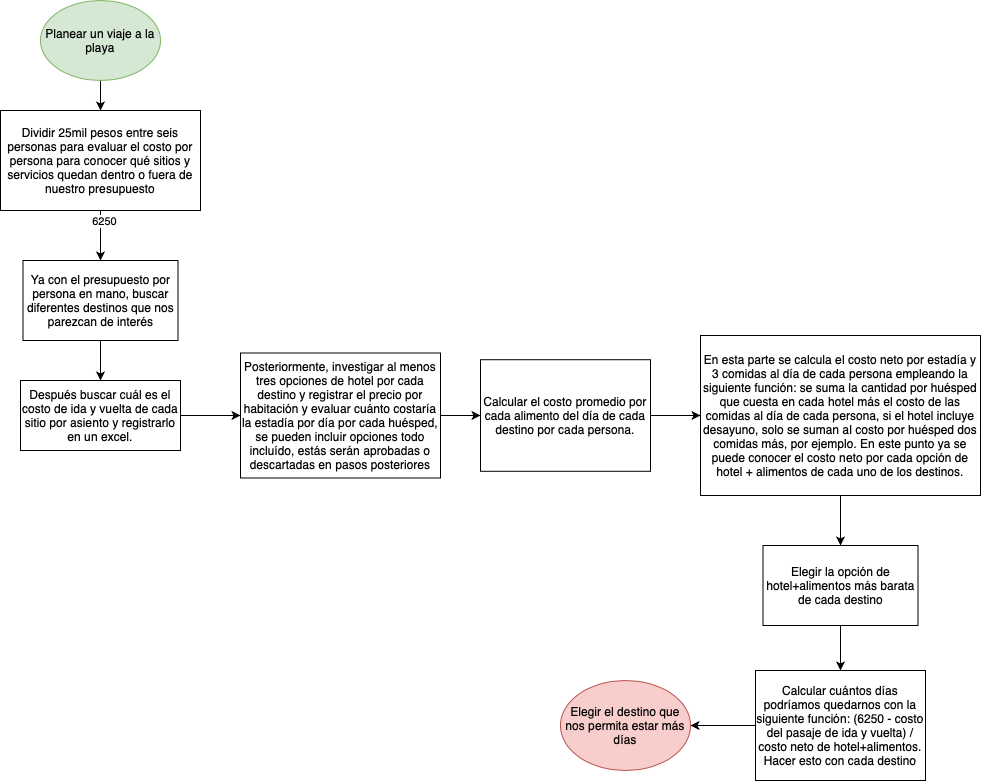
This is travelBeach.png from missphoneme/ejercicios-kodemia, a draw.io export, as it was before one commit. Source tidied: cells renumbered, new cells last; positions are measured from the earlier drawing's top-left corner, leaving out a move shared by most shapes.
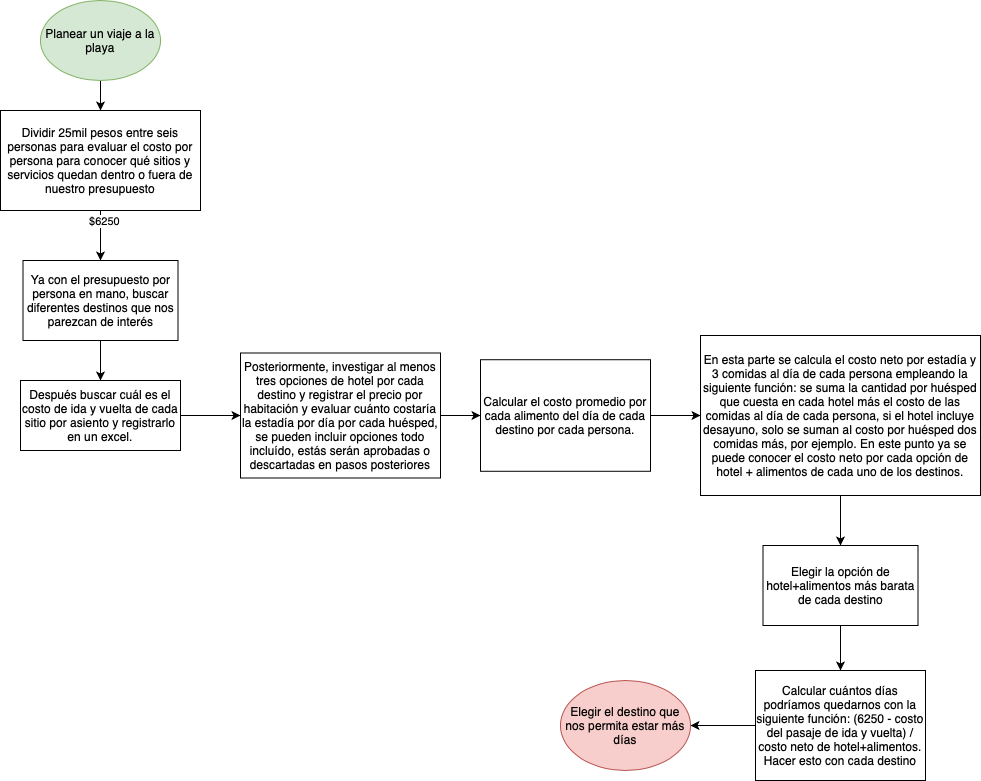
Above is the later version.

The edit, as a diff of the source:
```diff
@@ -11,7 +11,7 @@
     <mxCell id="4" style="edgeStyle=orthogonalEdgeStyle;rounded=0;jettySize=auto;html=1;" parent="1" edge="1" source="6" target="8">
       <mxGeometry relative="1" as="geometry" />
     </mxCell>
-    <mxCell id="5" value="6250" style="edgeLabel;html=1;align=center;verticalAlign=middle;" parent="4" vertex="1">
+    <mxCell id="5" value="$6250" style="edgeLabel;html=1;align=center;verticalAlign=middle;" parent="4" vertex="1">
       <mxGeometry x="-0.6" y="3" relative="1" as="geometry" />
     </mxCell>
     <mxCell id="6" value="Dividir 25mil pesos entre seis personas para evaluar el costo por persona para conocer qué sitios y servicios quedan dentro o fuera de nuestro presupuesto" style="rounded=0;whiteSpace=wrap;html=1;" parent="1" vertex="1">
```
